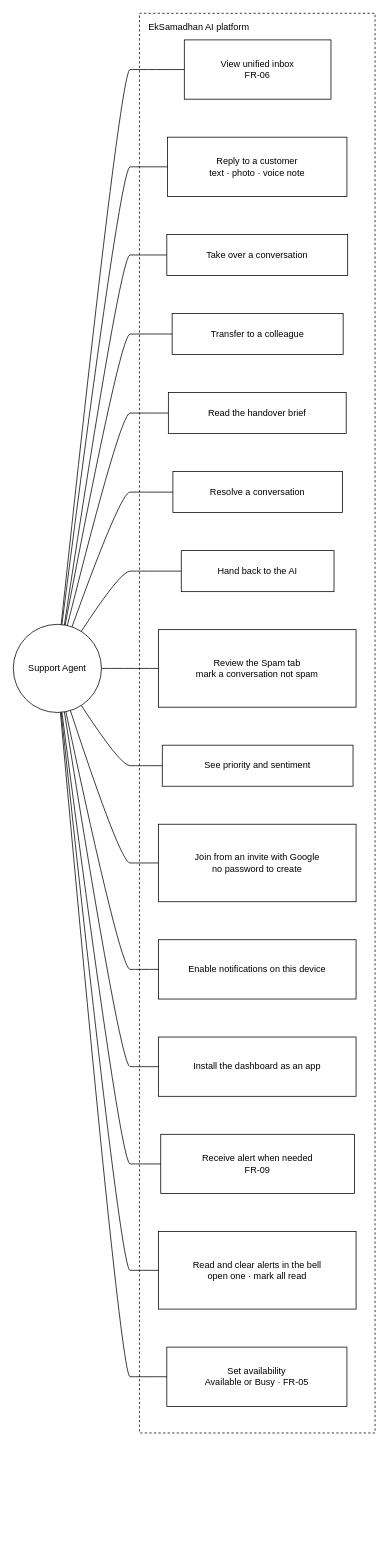
Before: docs/system-design/draw.io/use-case/use-case-support-agent.drawio in SayubShakya/eksamadhan-ai, a draw.io diagram. Source tidied: cells renumbered, new cells numbered last; positions are measured from the earlier drawing's top-left corner, leaving out a move shared by most shapes. Both pictures are drawn from the tidied source at 76%, with x=0, y=0 at pixel (13, 13).
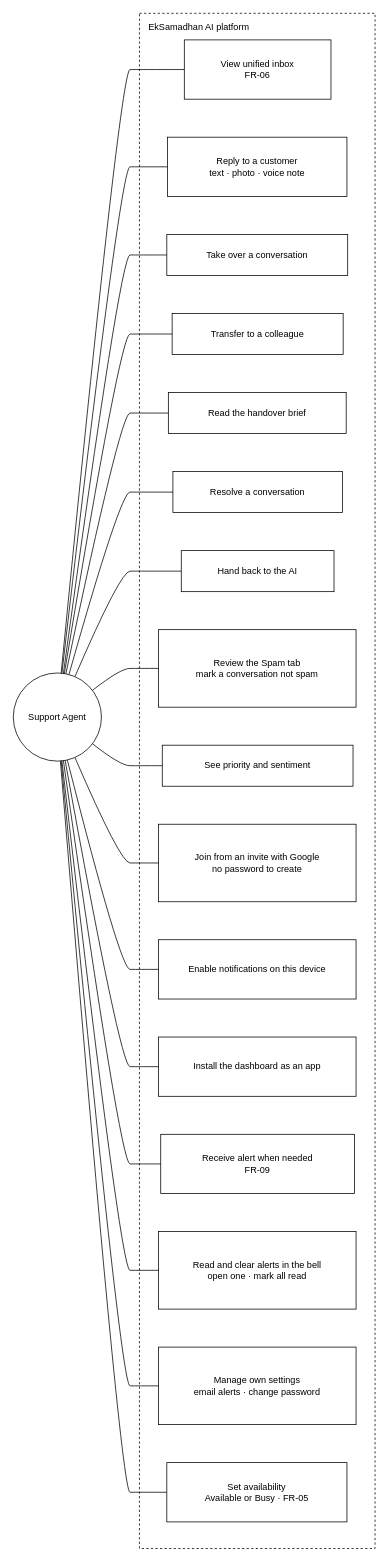
The same diagram, later.

Unchanged cells that the change refers to:
```xml
<mxCell id="6" value="Take over a conversation" style="rounded=0;whiteSpace=wrap;html=1;" parent="2" vertex="1">
  <mxGeometry x="36" y="291" width="238" height="54" as="geometry" />
</mxCell>
<mxCell id="7" value="Transfer to a colleague" style="rounded=0;whiteSpace=wrap;html=1;" parent="2" vertex="1">
  <mxGeometry x="43" y="395" width="225" height="54" as="geometry" />
</mxCell>
<mxCell id="8" value="Read the handover brief" style="rounded=0;whiteSpace=wrap;html=1;" parent="2" vertex="1">
  <mxGeometry x="38" y="499" width="234" height="54" as="geometry" />
</mxCell>
<mxCell id="9" value="Resolve a conversation" style="rounded=0;whiteSpace=wrap;html=1;" parent="2" vertex="1">
  <mxGeometry x="44" y="603" width="223" height="54" as="geometry" />
</mxCell>
<mxCell id="10" value="Hand back to the AI" style="rounded=0;whiteSpace=wrap;html=1;" parent="2" vertex="1">
  <mxGeometry x="55" y="707" width="201" height="54" as="geometry" />
</mxCell>
<mxCell id="11" value="Review the Spam tab&lt;br/&gt;mark a conversation not spam" style="rounded=0;whiteSpace=wrap;html=1;" parent="2" vertex="1">
  <mxGeometry x="25" y="811" width="260" height="102" as="geometry" />
</mxCell>
<mxCell id="12" value="See priority and sentiment" style="rounded=0;whiteSpace=wrap;html=1;" parent="2" vertex="1">
  <mxGeometry x="30" y="963" width="251" height="54" as="geometry" />
</mxCell>
<mxCell id="13" value="Join from an invite with Google&lt;br/&gt;no password to create" style="rounded=0;whiteSpace=wrap;html=1;" parent="2" vertex="1">
  <mxGeometry x="25" y="1067" width="260" height="102" as="geometry" />
</mxCell>
<mxCell id="14" value="Enable notifications on this device" style="rounded=0;whiteSpace=wrap;html=1;" parent="2" vertex="1">
  <mxGeometry x="25" y="1219" width="260" height="78" as="geometry" />
</mxCell>
<mxCell id="15" value="Install the dashboard as an app" style="rounded=0;whiteSpace=wrap;html=1;" parent="2" vertex="1">
  <mxGeometry x="25" y="1347" width="260" height="78" as="geometry" />
</mxCell>
<mxCell id="16" value="Receive alert when needed&lt;br/&gt;FR-09" style="rounded=0;whiteSpace=wrap;html=1;" parent="2" vertex="1">
  <mxGeometry x="28" y="1475" width="255" height="78" as="geometry" />
</mxCell>
<mxCell id="17" value="Read and clear alerts in the bell&lt;br/&gt;open one · mark all read" style="rounded=0;whiteSpace=wrap;html=1;" parent="2" vertex="1">
  <mxGeometry x="25" y="1603" width="260" height="102" as="geometry" />
</mxCell>
```

Diff of the diagram source:
```diff
@@
     <mxCell id="2" value="EkSamadhan AI platform" style="rounded=0;whiteSpace=wrap;html=1;dashed=1;fillColor=none;verticalAlign=top;align=left;spacingLeft=10;spacingTop=4;" parent="1" vertex="1">
-      <mxGeometry x="166" width="310" height="1868" as="geometry" />
+      <mxGeometry x="166" width="310" height="2020" as="geometry" />
     </mxCell>
     <mxCell id="3" value="Support Agent" style="ellipse;whiteSpace=wrap;html=1;" parent="1" vertex="1">
-      <mxGeometry y="804" width="116" height="116" as="geometry" />
+      <mxGeometry y="868" width="116" height="116" as="geometry" />
     </mxCell>
@@
+    <mxCell id="34" value="Manage own settings&lt;br/&gt;email alerts · change password" style="rounded=0;whiteSpace=wrap;html=1;" parent="2" vertex="1">
+      <mxGeometry x="25" y="1755" width="260" height="102" as="geometry" />
+    </mxCell>
     <mxCell id="18" value="Set availability&lt;br/&gt;Available or Busy · FR-05" style="rounded=0;whiteSpace=wrap;html=1;" parent="2" vertex="1">
-      <mxGeometry x="36" y="1755" width="237" height="78" as="geometry" />
+      <mxGeometry x="36" y="1907" width="237" height="78" as="geometry" />
     </mxCell>
@@
-    <mxCell id="21" style="edgeStyle=none;curved=1;html=1;endArrow=none;exitX=0.58;exitY=0.01;exitDx=0;exitDy=0;entryX=0.00;entryY=0.50;entryDx=0;entryDy=0;" parent="1" edge="1" source="3" target="6">
+    <mxCell id="21" style="edgeStyle=none;curved=1;html=1;endArrow=none;exitX=0.57;exitY=0.00;exitDx=0;exitDy=0;entryX=0.00;entryY=0.50;entryDx=0;entryDy=0;" parent="1" edge="1" source="3" target="6">
       <mxGeometry relative="1" as="geometry">
         <Array as="points">
           <mxPoint x="141" y="318" />
           <mxPoint x="166" y="318" />
         </Array>
       </mxGeometry>
     </mxCell>
-    <mxCell id="22" style="edgeStyle=none;curved=1;html=1;endArrow=none;exitX=0.59;exitY=0.01;exitDx=0;exitDy=0;entryX=0.00;entryY=0.50;entryDx=0;entryDy=0;" parent="1" edge="1" source="3" target="7">
+    <mxCell id="22" style="edgeStyle=none;curved=1;html=1;endArrow=none;exitX=0.58;exitY=0.01;exitDx=0;exitDy=0;entryX=0.00;entryY=0.50;entryDx=0;entryDy=0;" parent="1" edge="1" source="3" target="7">
       <mxGeometry relative="1" as="geometry">
         <Array as="points">
           <mxPoint x="141" y="422" />
           <mxPoint x="166" y="422" />
         </Array>
       </mxGeometry>
     </mxCell>
-    <mxCell id="23" style="edgeStyle=none;curved=1;html=1;endArrow=none;exitX=0.62;exitY=0.01;exitDx=0;exitDy=0;entryX=0.00;entryY=0.50;entryDx=0;entryDy=0;" parent="1" edge="1" source="3" target="8">
+    <mxCell id="23" style="edgeStyle=none;curved=1;html=1;endArrow=none;exitX=0.60;exitY=0.01;exitDx=0;exitDy=0;entryX=0.00;entryY=0.50;entryDx=0;entryDy=0;" parent="1" edge="1" source="3" target="8">
       <mxGeometry relative="1" as="geometry">
         <Array as="points">
           <mxPoint x="141" y="526" />
           <mxPoint x="166" y="526" />
         </Array>
       </mxGeometry>
     </mxCell>
-    <mxCell id="24" style="edgeStyle=none;curved=1;html=1;endArrow=none;exitX=0.67;exitY=0.03;exitDx=0;exitDy=0;entryX=0.00;entryY=0.50;entryDx=0;entryDy=0;" parent="1" edge="1" source="3" target="9">
+    <mxCell id="24" style="edgeStyle=none;curved=1;html=1;endArrow=none;exitX=0.63;exitY=0.02;exitDx=0;exitDy=0;entryX=0.00;entryY=0.50;entryDx=0;entryDy=0;" parent="1" edge="1" source="3" target="9">
       <mxGeometry relative="1" as="geometry">
         <Array as="points">
           <mxPoint x="141" y="630" />
           <mxPoint x="166" y="630" />
         </Array>
       </mxGeometry>
     </mxCell>
-    <mxCell id="25" style="edgeStyle=none;curved=1;html=1;endArrow=none;exitX=0.77;exitY=0.08;exitDx=0;exitDy=0;entryX=0.00;entryY=0.50;entryDx=0;entryDy=0;" parent="1" edge="1" source="3" target="10">
+    <mxCell id="25" style="edgeStyle=none;curved=1;html=1;endArrow=none;exitX=0.70;exitY=0.04;exitDx=0;exitDy=0;entryX=0.00;entryY=0.50;entryDx=0;entryDy=0;" parent="1" edge="1" source="3" target="10">
       <mxGeometry relative="1" as="geometry">
         <Array as="points">
           <mxPoint x="141" y="734" />
           <mxPoint x="166" y="734" />
         </Array>
       </mxGeometry>
     </mxCell>
-    <mxCell id="26" style="edgeStyle=none;curved=1;html=1;endArrow=none;exitX=1.00;exitY=0.50;exitDx=0;exitDy=0;entryX=0.00;entryY=0.50;entryDx=0;entryDy=0;" parent="1" edge="1" source="3" target="11">
+    <mxCell id="26" style="edgeStyle=none;curved=1;html=1;endArrow=none;exitX=0.90;exitY=0.19;exitDx=0;exitDy=0;entryX=0.00;entryY=0.50;entryDx=0;entryDy=0;" parent="1" edge="1" source="3" target="11">
       <mxGeometry relative="1" as="geometry">
         <Array as="points">
           <mxPoint x="141" y="862" />
           <mxPoint x="166" y="862" />
         </Array>
       </mxGeometry>
     </mxCell>
-    <mxCell id="27" style="edgeStyle=none;curved=1;html=1;endArrow=none;exitX=0.77;exitY=0.92;exitDx=0;exitDy=0;entryX=0.00;entryY=0.50;entryDx=0;entryDy=0;" parent="1" edge="1" source="3" target="12">
+    <mxCell id="27" style="edgeStyle=none;curved=1;html=1;endArrow=none;exitX=0.90;exitY=0.81;exitDx=0;exitDy=0;entryX=0.00;entryY=0.50;entryDx=0;entryDy=0;" parent="1" edge="1" source="3" target="12">
       <mxGeometry relative="1" as="geometry">
         <Array as="points">
           <mxPoint x="141" y="990" />
           <mxPoint x="166" y="990" />
         </Array>
       </mxGeometry>
     </mxCell>
-    <mxCell id="28" style="edgeStyle=none;curved=1;html=1;endArrow=none;exitX=0.65;exitY=0.98;exitDx=0;exitDy=0;entryX=0.00;entryY=0.50;entryDx=0;entryDy=0;" parent="1" edge="1" source="3" target="13">
+    <mxCell id="28" style="edgeStyle=none;curved=1;html=1;endArrow=none;exitX=0.70;exitY=0.96;exitDx=0;exitDy=0;entryX=0.00;entryY=0.50;entryDx=0;entryDy=0;" parent="1" edge="1" source="3" target="13">
       <mxGeometry relative="1" as="geometry">
         <Array as="points">
           <mxPoint x="141" y="1118" />
           <mxPoint x="166" y="1118" />
         </Array>
       </mxGeometry>
     </mxCell>
-    <mxCell id="29" style="edgeStyle=none;curved=1;html=1;endArrow=none;exitX=0.60;exitY=0.99;exitDx=0;exitDy=0;entryX=0.00;entryY=0.50;entryDx=0;entryDy=0;" parent="1" edge="1" source="3" target="14">
+    <mxCell id="29" style="edgeStyle=none;curved=1;html=1;endArrow=none;exitX=0.62;exitY=0.99;exitDx=0;exitDy=0;entryX=0.00;entryY=0.50;entryDx=0;entryDy=0;" parent="1" edge="1" source="3" target="14">
       <mxGeometry relative="1" as="geometry">
         <Array as="points">
           <mxPoint x="141" y="1258" />
           <mxPoint x="166" y="1258" />
         </Array>
       </mxGeometry>
     </mxCell>
-    <mxCell id="30" style="edgeStyle=none;curved=1;html=1;endArrow=none;exitX=0.58;exitY=0.99;exitDx=0;exitDy=0;entryX=0.00;entryY=0.50;entryDx=0;entryDy=0;" parent="1" edge="1" source="3" target="15">
+    <mxCell id="30" style="edgeStyle=none;curved=1;html=1;endArrow=none;exitX=0.59;exitY=0.99;exitDx=0;exitDy=0;entryX=0.00;entryY=0.50;entryDx=0;entryDy=0;" parent="1" edge="1" source="3" target="15">
       <mxGeometry relative="1" as="geometry">
         <Array as="points">
           <mxPoint x="141" y="1386" />
           <mxPoint x="166" y="1386" />
         </Array>
       </mxGeometry>
     </mxCell>
-    <mxCell id="31" style="edgeStyle=none;curved=1;html=1;endArrow=none;exitX=0.56;exitY=1.00;exitDx=0;exitDy=0;entryX=0.00;entryY=0.50;entryDx=0;entryDy=0;" parent="1" edge="1" source="3" target="16">
+    <mxCell id="31" style="edgeStyle=none;curved=1;html=1;endArrow=none;exitX=0.57;exitY=1.00;exitDx=0;exitDy=0;entryX=0.00;entryY=0.50;entryDx=0;entryDy=0;" parent="1" edge="1" source="3" target="16">
       <mxGeometry relative="1" as="geometry">
         <Array as="points">
           <mxPoint x="141" y="1514" />
           <mxPoint x="166" y="1514" />
         </Array>
       </mxGeometry>
     </mxCell>
-    <mxCell id="32" style="edgeStyle=none;curved=1;html=1;endArrow=none;exitX=0.55;exitY=1.00;exitDx=0;exitDy=0;entryX=0.00;entryY=0.50;entryDx=0;entryDy=0;" parent="1" edge="1" source="3" target="17">
+    <mxCell id="32" style="edgeStyle=none;curved=1;html=1;endArrow=none;exitX=0.56;exitY=1.00;exitDx=0;exitDy=0;entryX=0.00;entryY=0.50;entryDx=0;entryDy=0;" parent="1" edge="1" source="3" target="17">
       <mxGeometry relative="1" as="geometry">
         <Array as="points">
           <mxPoint x="141" y="1654" />
           <mxPoint x="166" y="1654" />
         </Array>
       </mxGeometry>
     </mxCell>
-    <mxCell id="33" style="edgeStyle=none;curved=1;html=1;endArrow=none;exitX=0.54;exitY=1.00;exitDx=0;exitDy=0;entryX=0.00;entryY=0.50;entryDx=0;entryDy=0;" parent="1" edge="1" source="3" target="18">
+    <mxCell id="33" style="edgeStyle=none;curved=1;html=1;endArrow=none;exitX=0.55;exitY=1.00;exitDx=0;exitDy=0;entryX=0.00;entryY=0.50;entryDx=0;entryDy=0;" parent="1" edge="1" source="3" target="34">
       <mxGeometry relative="1" as="geometry">
         <Array as="points">
-          <mxPoint x="141" y="1794" />
-          <mxPoint x="166" y="1794" />
+          <mxPoint x="141" y="1806" />
+          <mxPoint x="166" y="1806" />
         </Array>
       </mxGeometry>
     </mxCell>
+    <mxCell id="35" style="edgeStyle=none;curved=1;html=1;endArrow=none;exitX=0.54;exitY=1.00;exitDx=0;exitDy=0;entryX=0.00;entryY=0.50;entryDx=0;entryDy=0;" parent="1" edge="1" source="3" target="18">
+      <mxGeometry relative="1" as="geometry">
+        <Array as="points">
+          <mxPoint x="141" y="1946" />
+          <mxPoint x="166" y="1946" />
+        </Array>
+      </mxGeometry>
+    </mxCell>
```
